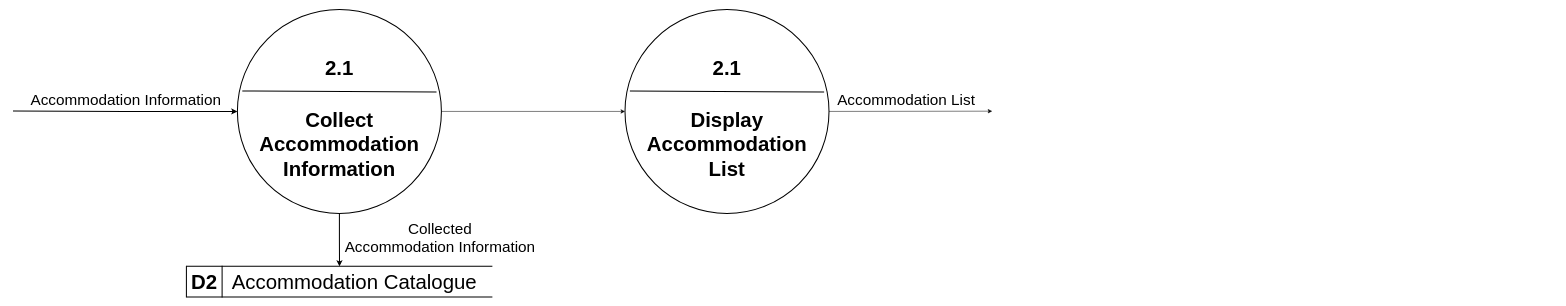
The draw.io diagram CC13/ExplosiongOfProcess2.0.drawio in doyaoencab/draw.io, before the edit. Source tidied: cells renumbered, new cells numbered last; positions are measured from the earlier drawing's top-left corner, leaving out a move shared by most shapes. Both pictures are drawn from the tidied source at 51%, with x=0, y=0 at pixel (13, 9).
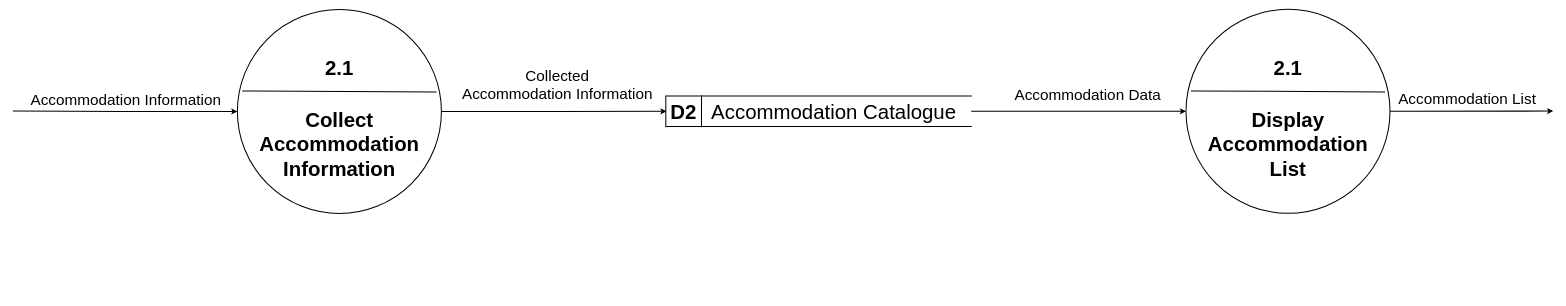
The same diagram, later.

Unchanged cells that the change refers to:
```xml
<mxCell id="5" style="ellipse;whiteSpace=wrap;html=1;strokeWidth=2;" parent="1" vertex="1">
  <mxGeometry x="440" width="400" height="400" as="geometry" />
</mxCell>
```

Diff of the diagram source:
```diff
@@
-    <mxCell id="3" style="edgeStyle=orthogonalEdgeStyle;rounded=0;jettySize=auto;html=1;exitX=0.5;exitY=1;exitDx=0;exitDy=0;entryX=0;entryY=0.5;entryDx=0;entryDy=0;strokeWidth=2;" parent="1" edge="1" source="5" target="11">
-      <mxGeometry relative="1" as="geometry" />
+    <mxCell id="3" style="edgeStyle=orthogonalEdgeStyle;rounded=0;jettySize=auto;html=1;entryX=0.5;entryY=1;entryDx=0;entryDy=0;strokeWidth=2;exitX=1;exitY=0.5;exitDx=0;exitDy=0;" parent="1" edge="1" source="5" target="11">
+      <mxGeometry relative="1" as="geometry">
+        <Array as="points">
+          <mxPoint x="1072" y="200" />
+        </Array>
+      </mxGeometry>
     </mxCell>
-    <mxCell id="4" style="edgeStyle=orthogonalEdgeStyle;rounded=0;jettySize=auto;html=1;exitX=1;exitY=0.5;exitDx=0;exitDy=0;entryX=0;entryY=0.5;entryDx=0;entryDy=0;" parent="1" edge="1" source="5" target="14">
-      <mxGeometry relative="1" as="geometry" />
-    </mxCell>
@@
     <mxCell id="10" value="&lt;font style=&quot;font-size: 40px;&quot;&gt;D2&lt;/font&gt;" style="shape=partialRectangle;whiteSpace=wrap;html=1;top=0;bottom=0;fillColor=none;fontStyle=1;strokeWidth=2;" parent="1" vertex="1">
-      <mxGeometry x="340" y="503.8" width="70" height="60" as="geometry" />
+      <mxGeometry x="1280" y="169.8" width="70" height="60" as="geometry" />
     </mxCell>
+    <mxCell id="20" style="edgeStyle=orthogonalEdgeStyle;rounded=0;jettySize=auto;html=1;exitX=0.5;exitY=0;exitDx=0;exitDy=0;entryX=0;entryY=0.5;entryDx=0;entryDy=0;strokeWidth=2;" parent="1" edge="1" source="11" target="14">
+      <mxGeometry relative="1" as="geometry" />
+    </mxCell>
     <mxCell id="11" style="shape=partialRectangle;whiteSpace=wrap;html=1;top=0;bottom=0;fillColor=none;rotation=90;fontStyle=1;strokeWidth=2;" parent="1" vertex="1">
-      <mxGeometry x="610.2" y="235" width="60" height="597.5" as="geometry" />
+      <mxGeometry x="1550.2" y="-99" width="60" height="597.5" as="geometry" />
     </mxCell>
     <mxCell id="12" value="&lt;font style=&quot;font-size: 40px;&quot;&gt;Accommodation Catalogue&lt;/font&gt;" style="text;html=1;align=center;verticalAlign=middle;whiteSpace=wrap;rounded=0;strokeWidth=2;" parent="1" vertex="1">
-      <mxGeometry x="410" y="518.8" width="518.5" height="30" as="geometry" />
+      <mxGeometry x="1350" y="184.8" width="518.5" height="30" as="geometry" />
     </mxCell>
-    <mxCell id="13" style="edgeStyle=orthogonalEdgeStyle;rounded=0;jettySize=auto;html=1;exitX=1;exitY=0.5;exitDx=0;exitDy=0;" parent="1" edge="1" source="14">
+    <mxCell id="13" style="edgeStyle=orthogonalEdgeStyle;rounded=0;jettySize=auto;html=1;exitX=1;exitY=0.5;exitDx=0;exitDy=0;strokeWidth=2;" parent="1" edge="1" source="14">
       <mxGeometry relative="1" as="geometry">
-        <mxPoint x="1920" y="199.5" as="targetPoint" />
+        <mxPoint x="3020" y="199.3" as="targetPoint" />
       </mxGeometry>
     </mxCell>
     <mxCell id="14" style="ellipse;whiteSpace=wrap;html=1;strokeWidth=2;" parent="1" vertex="1">
-      <mxGeometry x="1200" width="400" height="400" as="geometry" />
+      <mxGeometry x="2300" y="-0.2" width="400" height="400" as="geometry" />
     </mxCell>
@@
     <mxCell id="16" value="&lt;b&gt;&lt;font&gt;2.1&lt;/font&gt;&lt;/b&gt;" style="text;html=1;align=center;verticalAlign=middle;whiteSpace=wrap;rounded=0;fontSize=40;strokeWidth=2;" parent="1" vertex="1">
-      <mxGeometry x="1370" y="100" width="60" height="30" as="geometry" />
+      <mxGeometry x="2470" y="99.8" width="60" height="30" as="geometry" />
     </mxCell>
     <mxCell id="17" value="&lt;b&gt;&lt;font&gt;Display Accommodation List&lt;/font&gt;&lt;/b&gt;" style="text;html=1;align=center;verticalAlign=middle;whiteSpace=wrap;rounded=0;strokeWidth=2;fontSize=40;" parent="1" vertex="1">
-      <mxGeometry x="1300" y="184" width="200" height="160" as="geometry" />
+      <mxGeometry x="2400" y="183.8" width="200" height="160" as="geometry" />
     </mxCell>
     <mxCell id="18" value="&lt;font style=&quot;font-size: 30px;&quot;&gt;Collected&lt;/font&gt;&lt;div&gt;&lt;font style=&quot;font-size: 30px;&quot;&gt;Accommodation Information&lt;/font&gt;&lt;/div&gt;" style="edgeLabel;html=1;align=center;verticalAlign=middle;" parent="1" vertex="1">
-      <mxGeometry x="840" y="435" as="geometry">
+      <mxGeometry x="1070" y="135" as="geometry">
         <mxPoint x="-4" y="12" as="offset" />
       </mxGeometry>
     </mxCell>
     <mxCell id="19" value="&lt;font style=&quot;font-size: 30px;&quot;&gt;Accommodation List&lt;/font&gt;" style="edgeLabel;html=1;align=center;verticalAlign=middle;" parent="1" vertex="1">
-      <mxGeometry x="1750" y="175" as="geometry" />
+      <mxGeometry x="2850" y="174.8" as="geometry" />
     </mxCell>
+    <mxCell id="21" value="&lt;span style=&quot;font-size: 30px;&quot;&gt;Accommodation Data&lt;/span&gt;" style="edgeLabel;html=1;align=center;verticalAlign=middle;" parent="1" vertex="1">
+      <mxGeometry x="2110" y="155" as="geometry">
+        <mxPoint x="-4" y="12" as="offset" />
+      </mxGeometry>
+    </mxCell>
```
